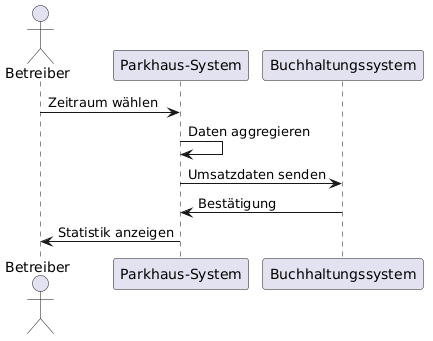
Adyrem/parking keeps this PlantUML diagram as documentation/diagrams/Statistiken.png. Above is the earlier version.
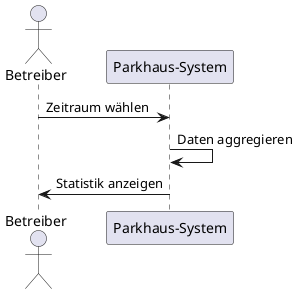
The same diagram one commit later.

What changed in the source:
```diff
@@ -1,12 +1,10 @@
 @startuml
 actor Betreiber
 participant "Parkhaus-System" as System
-participant "Buchhaltungssystem" as Accounting
 
 Betreiber -> System : Zeitraum wählen
 System -> System : Daten aggregieren
-System -> Accounting : Umsatzdaten senden
-Accounting -> System : Bestätigung
 
 System -> Betreiber : Statistik anzeigen
+
 @enduml
```
